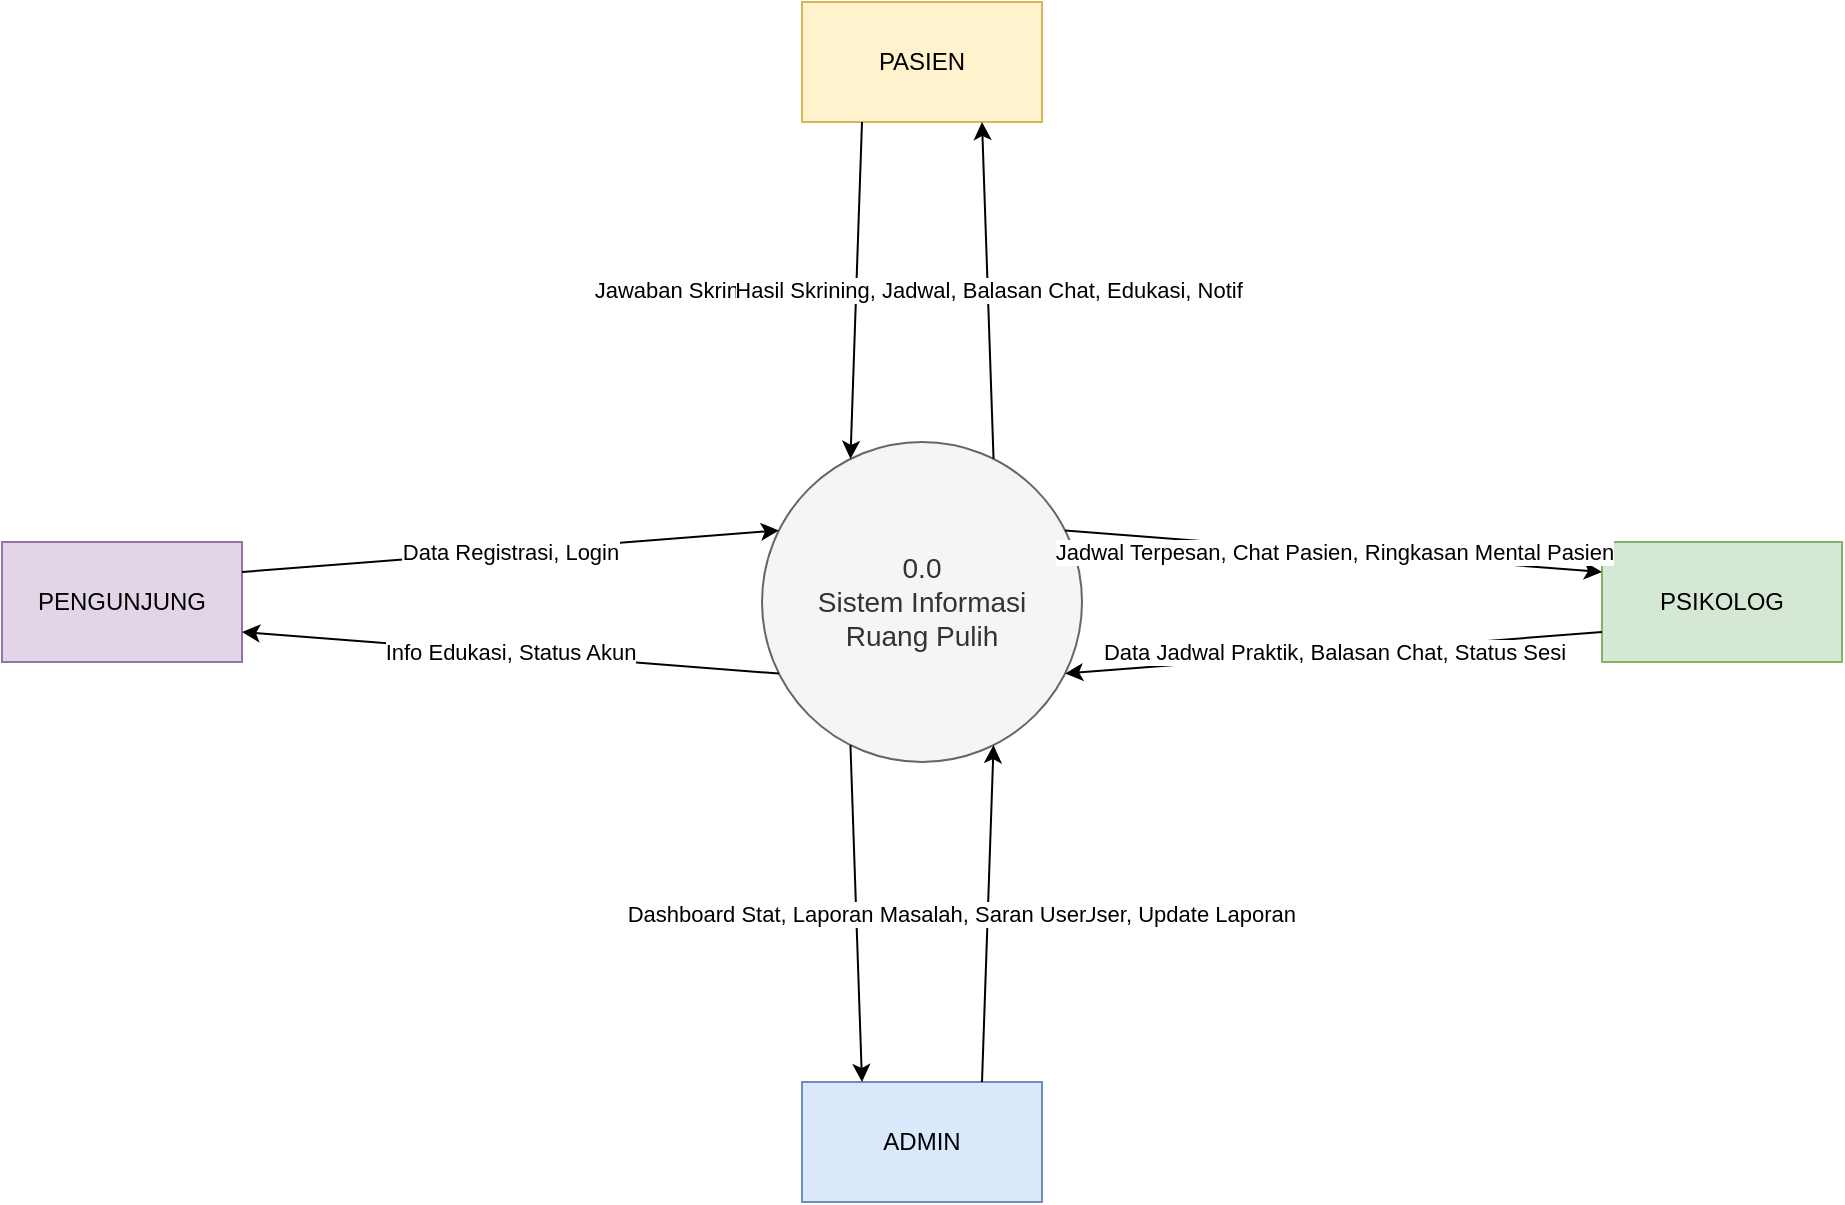
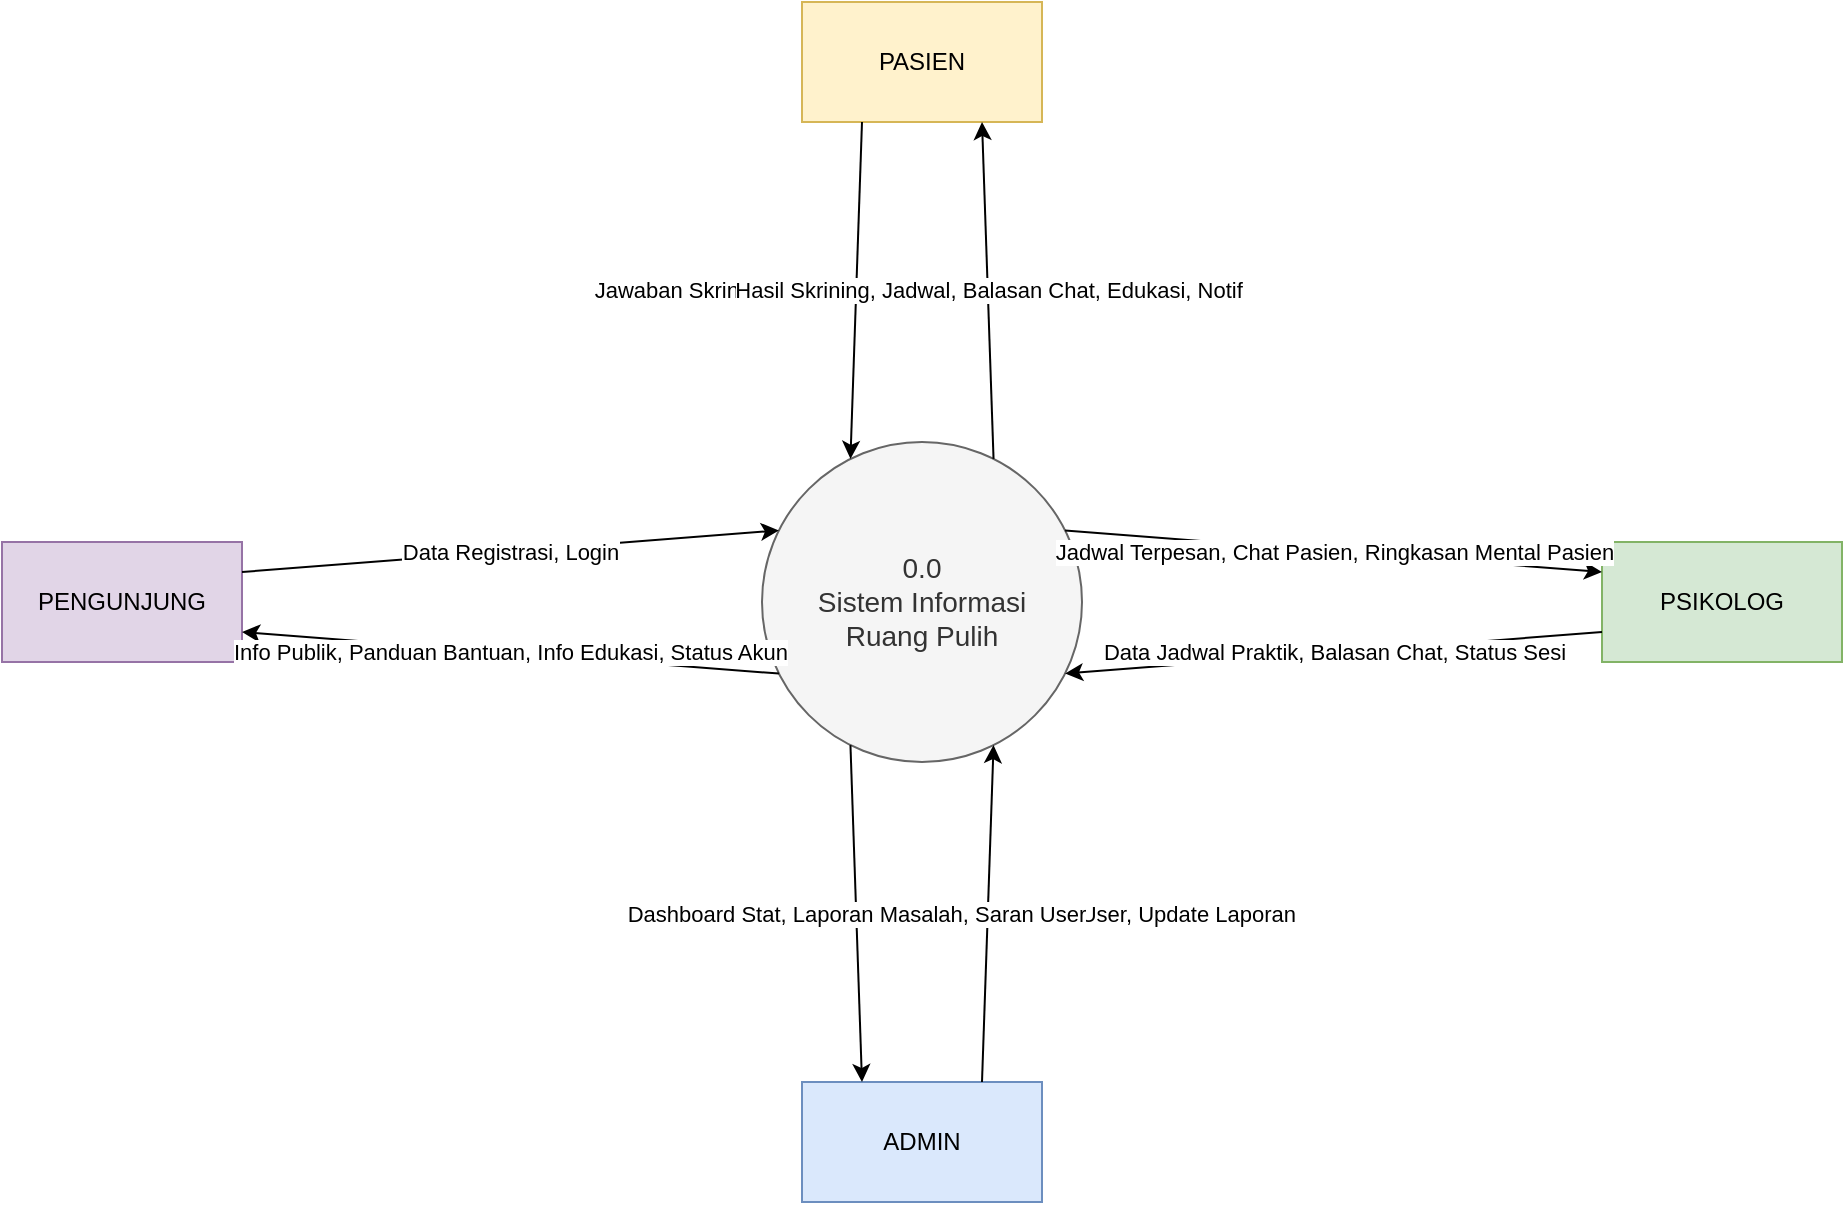
<mxfile host="Electron" modified="2026-05-24T17:00:00.000Z" agent="5.0" version="21.6.8" type="device">
  <diagram id="DFD-L0" name="DFD Level 0 (Konteks)">
    <mxGraphModel dx="1200" dy="800" grid="1" gridSize="10" guides="1" tooltips="1" connect="1" arrows="1" fold="1" page="1" pageScale="1" pageWidth="1169" pageHeight="827" math="0" shadow="0">
      <root>
        <mxCell id="0" />
        <mxCell id="1" parent="0" />

        <!-- Central Process -->
        <mxCell id="P0" value="0.0&lt;br&gt;Sistem Informasi&lt;br&gt;Ruang Pulih" style="ellipse;whiteSpace=wrap;html=1;aspect=fixed;fillColor=#f5f5f5;fontColor=#333333;strokeColor=#666666;fontWeight=bold;fontSize=14;" vertex="1" parent="1">
          <mxGeometry x="500" y="300" width="160" height="160" as="geometry" />
        </mxCell>

        <!-- External Entities -->
        <mxCell id="E1" value="PENGUNJUNG" style="rounded=0;whiteSpace=wrap;html=1;fillColor=#e1d5e7;strokeColor=#9673a6;fontWeight=bold;" vertex="1" parent="1">
          <mxGeometry x="120" y="350" width="120" height="60" as="geometry" />
        </mxCell>
        <mxCell id="E2" value="PASIEN" style="rounded=0;whiteSpace=wrap;html=1;fillColor=#fff2cc;strokeColor=#d6b656;fontWeight=bold;" vertex="1" parent="1">
          <mxGeometry x="520" y="80" width="120" height="60" as="geometry" />
        </mxCell>
        <mxCell id="E3" value="PSIKOLOG" style="rounded=0;whiteSpace=wrap;html=1;fillColor=#d5e8d4;strokeColor=#82b366;fontWeight=bold;" vertex="1" parent="1">
          <mxGeometry x="920" y="350" width="120" height="60" as="geometry" />
        </mxCell>
        <mxCell id="E4" value="ADMIN" style="rounded=0;whiteSpace=wrap;html=1;fillColor=#dae8fc;strokeColor=#6c8ebf;fontWeight=bold;" vertex="1" parent="1">
          <mxGeometry x="520" y="620" width="120" height="60" as="geometry" />
        </mxCell>

        <!-- Data Flows Pengunjung -->
        <mxCell id="F1_in" value="Data Registrasi, Login" style="endArrow=classic;html=1;exitX=1;exitY=0.25;entryX=0;entryY=0.25;" edge="1" parent="1" source="E1" target="P0"><mxGeometry relative="1" as="geometry" /></mxCell>
-         <mxCell id="F1_out" value="Info Edukasi, Status Akun" style="endArrow=classic;html=1;exitX=0;exitY=0.75;entryX=1;entryY=0.75;" edge="1" parent="1" source="P0" target="E1"><mxGeometry relative="1" as="geometry" /></mxCell>
+         <mxCell id="F1_out" value="Info Publik, Panduan Bantuan, Info Edukasi, Status Akun" style="endArrow=classic;html=1;exitX=0;exitY=0.75;entryX=1;entryY=0.75;" edge="1" parent="1" source="P0" target="E1"><mxGeometry relative="1" as="geometry" /></mxCell>

        <!-- Data Flows Pasien -->
        <mxCell id="F2_in" value="Jawaban Skrining, Data Konsul, Chat, Mood, Laporan" style="endArrow=classic;html=1;exitX=0.25;exitY=1;entryX=0.25;entryY=0;" edge="1" parent="1" source="E2" target="P0"><mxGeometry relative="1" as="geometry" /></mxCell>
        <mxCell id="F2_out" value="Hasil Skrining, Jadwal, Balasan Chat, Edukasi, Notif" style="endArrow=classic;html=1;exitX=0.75;exitY=0;entryX=0.75;entryY=1;" edge="1" parent="1" source="P0" target="E2"><mxGeometry relative="1" as="geometry" /></mxCell>

        <!-- Data Flows Psikolog -->
        <mxCell id="F3_in" value="Data Jadwal Praktik, Balasan Chat, Status Sesi" style="endArrow=classic;html=1;exitX=0;exitY=0.75;entryX=1;entryY=0.75;" edge="1" parent="1" source="E3" target="P0"><mxGeometry relative="1" as="geometry" /></mxCell>
        <mxCell id="F3_out" value="Jadwal Terpesan, Chat Pasien, Ringkasan Mental Pasien" style="endArrow=classic;html=1;exitX=1;exitY=0.25;entryX=0;entryY=0.25;" edge="1" parent="1" source="P0" target="E3"><mxGeometry relative="1" as="geometry" /></mxCell>

        <!-- Data Flows Admin -->
        <mxCell id="F4_in" value="Master Skrining, Konten Edukasi, Kelola User, Update Laporan" style="endArrow=classic;html=1;exitX=0.75;exitY=0;entryX=0.75;entryY=1;" edge="1" parent="1" source="E4" target="P0"><mxGeometry relative="1" as="geometry" /></mxCell>
        <mxCell id="F4_out" value="Dashboard Stat, Laporan Masalah, Saran User" style="endArrow=classic;html=1;exitX=0.25;exitY=1;entryX=0.25;entryY=0;" edge="1" parent="1" source="P0" target="E4"><mxGeometry relative="1" as="geometry" /></mxCell>

      </root>
    </mxGraphModel>
  </diagram>
</mxfile>